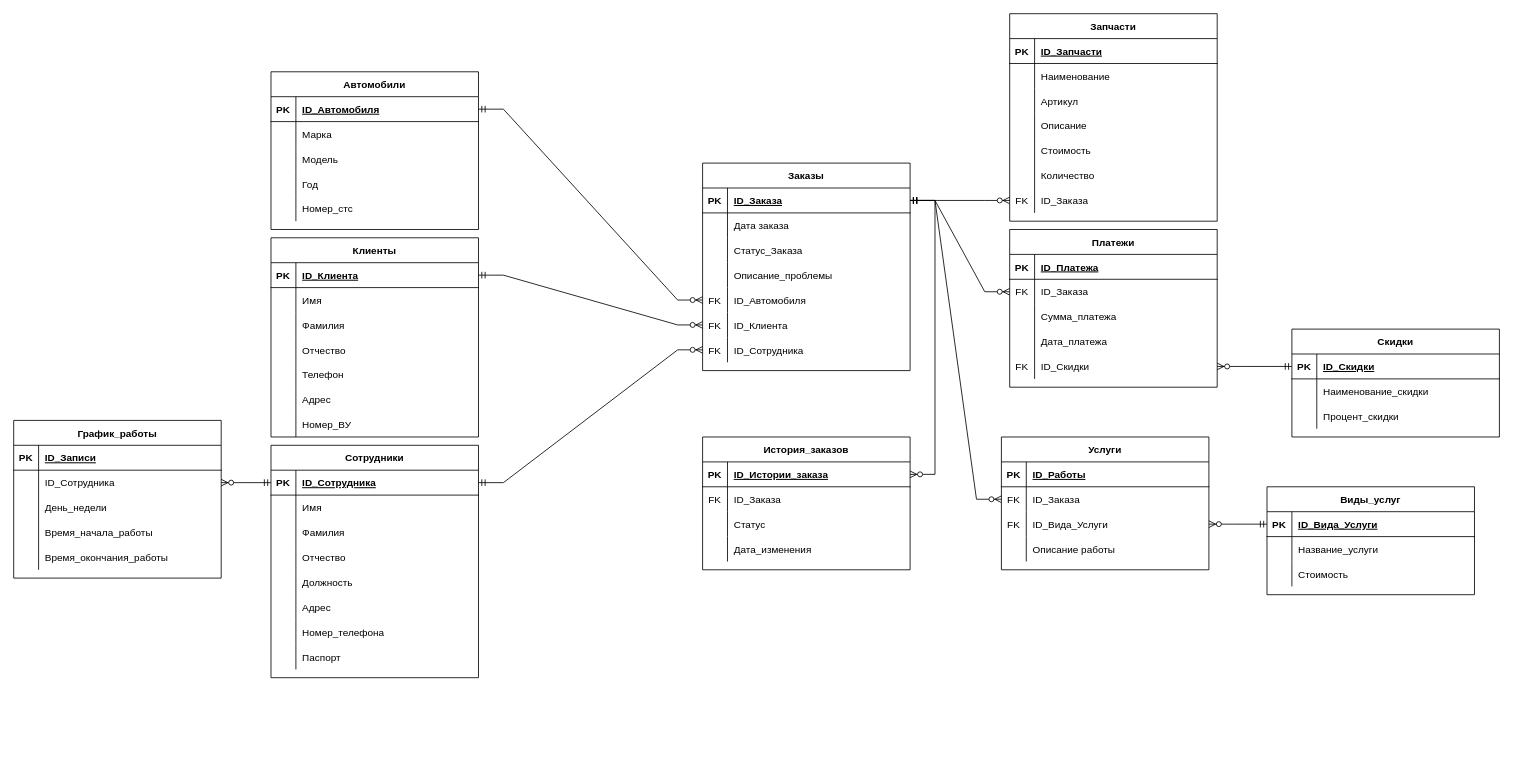
Before: bsbd-kurs.drawio in 1DeMeNToR1/D-D-Helper, a draw.io diagram. Source tidied: cells renumbered, new cells numbered last; positions are measured from the earlier drawing's top-left corner, leaving out a move shared by most shapes. Both pictures are drawn from the tidied source at 83%, with x=0, y=0 at pixel (13, 13).
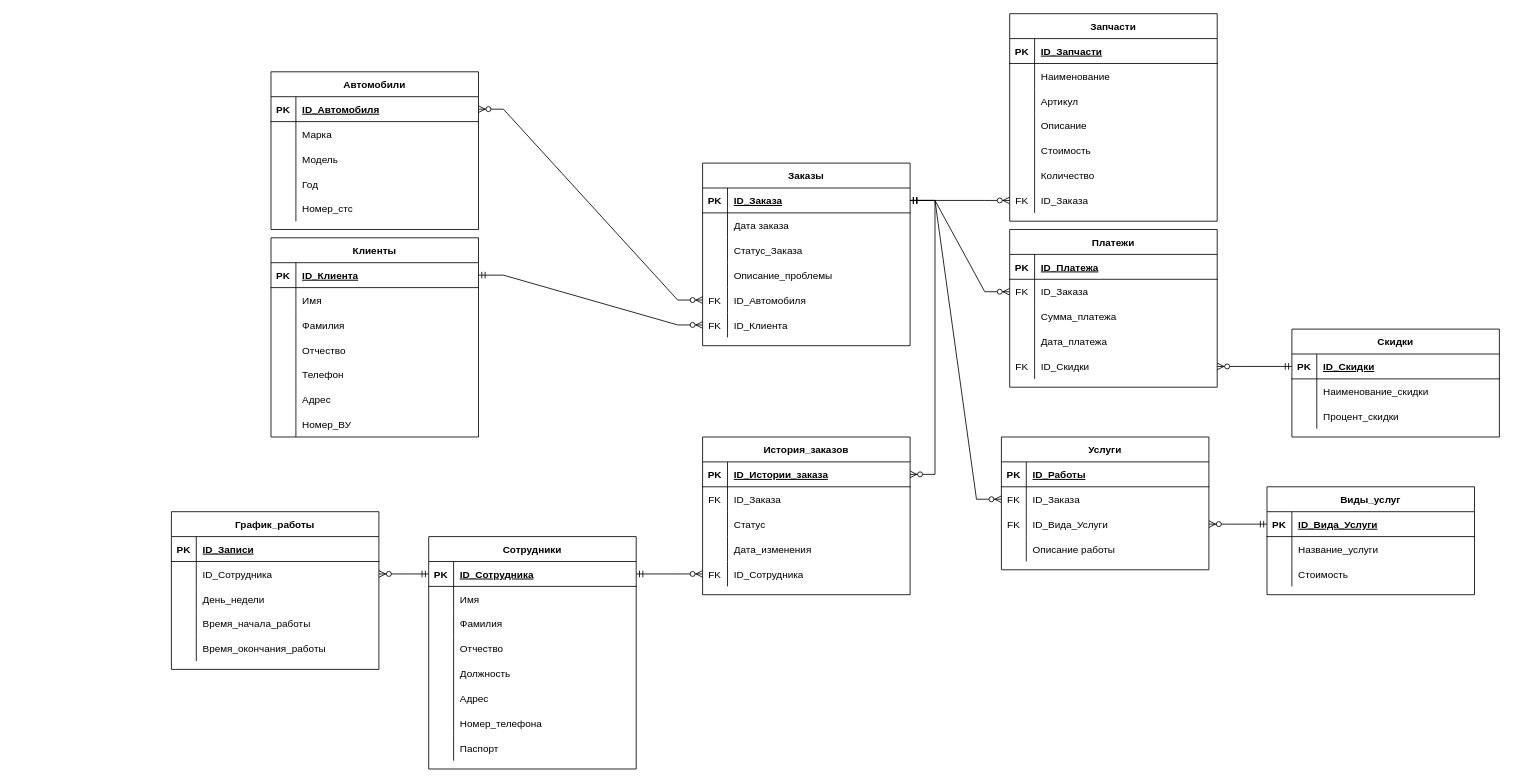
The same diagram, later.

Unchanged cells that the change refers to:
```xml
<mxCell id="37" style="shape=partialRectangle;fillColor=none;points=[[0,0.5],[1,0.5]];portConstraint=eastwest;top=0;left=0;right=0;bottom=0;" parent="24" vertex="1">
  <mxGeometry y="150" width="250" height="30" as="geometry" />
</mxCell>
<mxCell id="47" style="shape=partialRectangle;fillColor=none;points=[[0,0.5],[1,0.5]];portConstraint=eastwest;top=0;left=0;right=0;bottom=1;" parent="46" vertex="1">
  <mxGeometry y="30" width="250" height="30" as="geometry" />
</mxCell>
<mxCell id="85" style="shape=partialRectangle;fillColor=none;points=[[0,0.5],[1,0.5]];portConstraint=eastwest;top=0;left=0;right=0;bottom=1;" parent="84" vertex="1">
  <mxGeometry y="30" width="250" height="30" as="geometry" />
</mxCell>
```

The edit, as a diff of the source:
```diff
@@
     <mxCell id="24" value="Заказы" style="shape=table;startSize=30;childLayout=tableLayout;rowLines=0;fontStyle=1;align=center;" parent="1" vertex="1">
-      <mxGeometry x="830" y="180" width="250" height="250" as="geometry" />
+      <mxGeometry x="830" y="180" width="250" height="220" as="geometry" />
     </mxCell>
@@
-    <mxCell id="43" style="shape=partialRectangle;fillColor=none;points=[[0,0.5],[1,0.5]];portConstraint=eastwest;top=0;left=0;right=0;bottom=0;" parent="24" vertex="1">
-      <mxGeometry y="210" width="250" height="30" as="geometry" />
-    </mxCell>
-    <mxCell id="44" value="FK" style="shape=partialRectangle;overflow=hidden;fillColor=none;top=0;left=0;bottom=0;right=0;" parent="43" vertex="1">
-      <mxGeometry width="30" height="30" as="geometry" />
-    </mxCell>
-    <mxCell id="45" value="ID_Сотрудника" style="shape=partialRectangle;overflow=hidden;fillColor=none;top=0;left=0;bottom=0;right=0;align=left;spacingLeft=6;" parent="43" vertex="1">
-      <mxGeometry x="30" width="220" height="30" as="geometry" />
-    </mxCell>
@@
     <mxCell id="84" value="Сотрудники" style="shape=table;startSize=30;childLayout=tableLayout;rowLines=0;fontStyle=1;align=center;" parent="1" vertex="1">
-      <mxGeometry x="310" y="520" width="250" height="280" as="geometry" />
+      <mxGeometry x="500" y="630" width="250" height="280" as="geometry" />
     </mxCell>
@@
     <mxCell id="142" value="История_заказов" style="shape=table;startSize=30;childLayout=tableLayout;rowLines=0;fontStyle=1;align=center;" parent="1" vertex="1">
-      <mxGeometry x="830" y="510" width="250" height="160" as="geometry" />
+      <mxGeometry x="830" y="510" width="250" height="190" as="geometry" />
     </mxCell>
@@
+    <mxCell id="197" style="shape=partialRectangle;fillColor=none;points=[[0,0.5],[1,0.5]];portConstraint=eastwest;top=0;left=0;right=0;bottom=0;" parent="142" vertex="1">
+      <mxGeometry y="150" width="250" height="30" as="geometry" />
+    </mxCell>
+    <mxCell id="44" value="FK" style="shape=partialRectangle;overflow=hidden;fillColor=none;top=0;left=0;bottom=0;right=0;" parent="197" vertex="1">
+      <mxGeometry width="30" height="30" as="geometry" />
+    </mxCell>
+    <mxCell id="45" value="ID_Сотрудника" style="shape=partialRectangle;overflow=hidden;fillColor=none;top=0;left=0;bottom=0;right=0;align=left;spacingLeft=6;" parent="197" vertex="1">
+      <mxGeometry x="30" width="220" height="30" as="geometry" />
+    </mxCell>
@@
     <mxCell id="171" value="График_работы" style="shape=table;startSize=30;childLayout=tableLayout;rowLines=0;fontStyle=1;align=center;" parent="1" vertex="1">
-      <mxGeometry y="490" width="250" height="190" as="geometry" />
+      <mxGeometry x="190" y="600" width="250" height="190" as="geometry" />
     </mxCell>
@@
-    <mxCell id="188" style="edgeStyle=entityRelationEdgeStyle;fontSize=12;html=1;endArrow=ERzeroToMany;startArrow=ERmandOne;rounded=0;exitX=1;exitY=0.5;exitDx=0;exitDy=0;entryX=0;entryY=0.5;entryDx=0;entryDy=0;" parent="1" edge="1" source="47" target="37">
-      <mxGeometry relative="1" as="geometry" />
-    </mxCell>
-    <mxCell id="189" style="edgeStyle=entityRelationEdgeStyle;fontSize=12;html=1;endArrow=ERzeroToMany;startArrow=ERmandOne;rounded=0;exitX=1;exitY=0.5;exitDx=0;exitDy=0;entryX=0;entryY=0.5;entryDx=0;entryDy=0;" parent="1" edge="1" source="85" target="43">
+    <mxCell id="189" style="edgeStyle=entityRelationEdgeStyle;fontSize=12;html=1;endArrow=ERzeroToMany;startArrow=ERmandOne;rounded=0;exitX=1;exitY=0.5;exitDx=0;exitDy=0;entryX=0;entryY=0.5;entryDx=0;entryDy=0;" parent="1" edge="1" source="85" target="197">
       <mxGeometry relative="1" as="geometry" />
     </mxCell>
@@
+    <mxCell id="188" style="edgeStyle=entityRelationEdgeStyle;fontSize=12;html=1;endArrow=ERzeroToMany;endFill=1;startArrow=ERzeroToMany;rounded=0;exitX=1;exitY=0.5;exitDx=0;exitDy=0;entryX=0;entryY=0.5;entryDx=0;entryDy=0;" parent="1" edge="1" source="47" target="37">
+      <mxGeometry relative="1" as="geometry" />
+    </mxCell>
```
